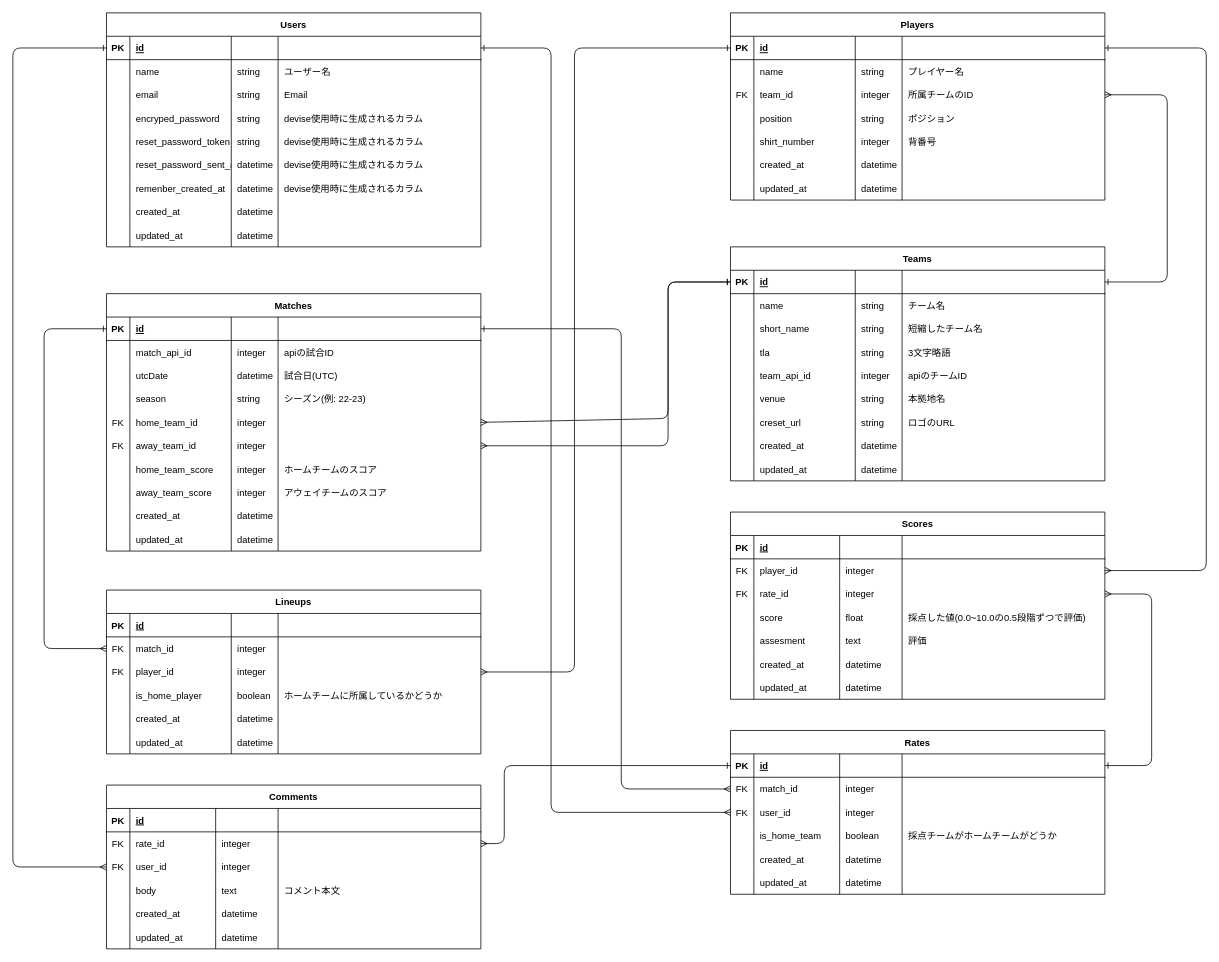
Before: ER.dio in KmxNnCCZ/rate-footballer, a draw.io diagram. Source tidied: cells renumbered, new cells numbered last; positions are measured from the earlier drawing's top-left corner, leaving out a move shared by most shapes. Both pictures are drawn from the tidied source at 78%, with x=0, y=0 at pixel (12, 12).
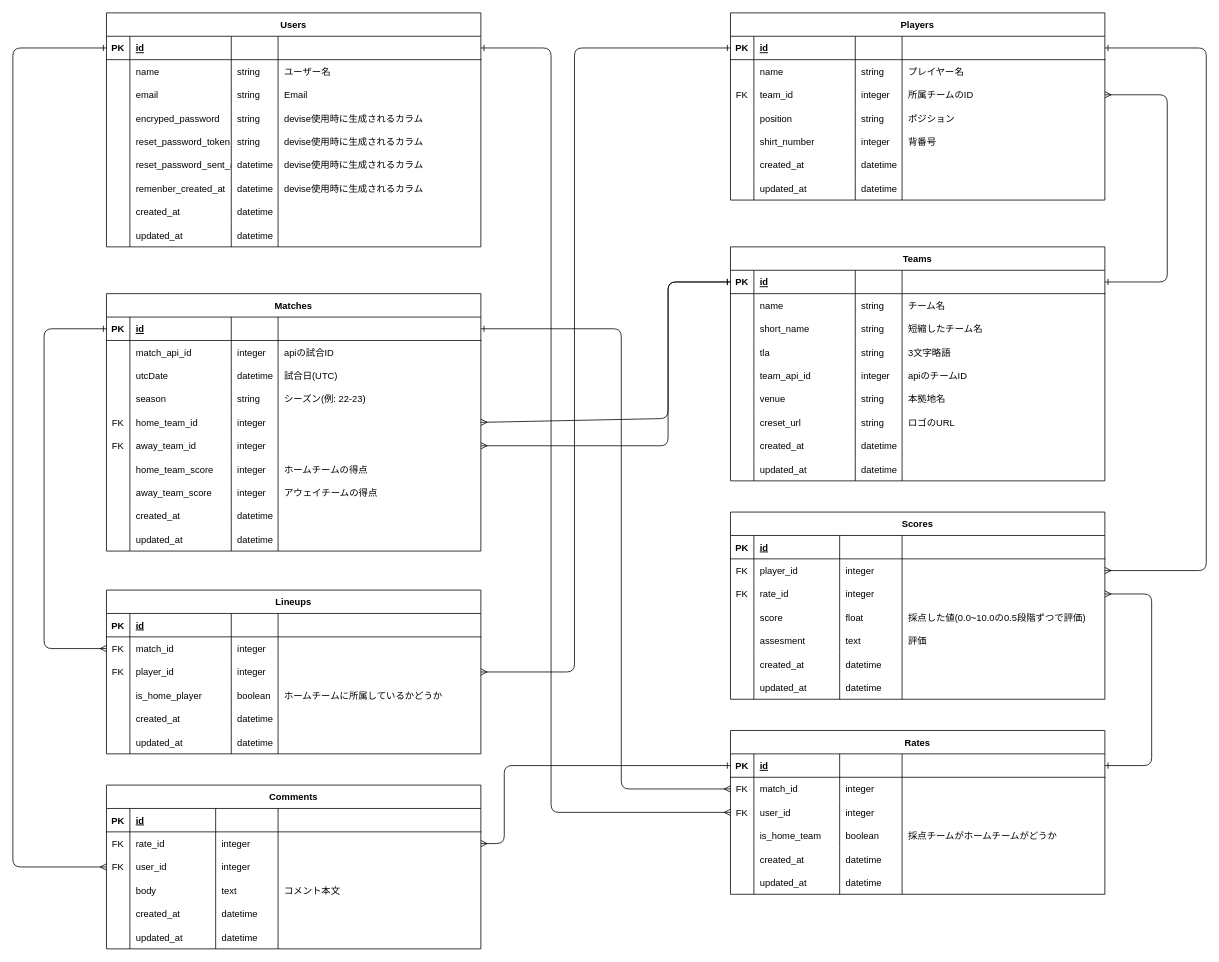
After the change.

Unchanged cells that the change refers to:
```xml
<mxCell id="255" style="shape=tableRow;horizontal=0;startSize=0;swimlaneHead=0;swimlaneBody=0;fillColor=none;top=0;left=0;right=0;bottom=0;" parent="224" vertex="1">
  <mxGeometry y="210" width="480" height="30" as="geometry" />
</mxCell>
<mxCell id="260" style="shape=tableRow;horizontal=0;startSize=0;swimlaneHead=0;swimlaneBody=0;fillColor=none;top=0;left=0;right=0;bottom=0;" parent="224" vertex="1">
  <mxGeometry y="240" width="480" height="30" as="geometry" />
</mxCell>
```

Change to the diagram source:
```diff
@@
-    <mxCell id="259" value="ホームチームのスコア" style="shape=partialRectangle;fillColor=none;top=0;left=0;bottom=0;right=0;align=left;spacingLeft=6;overflow=hidden;" parent="255" vertex="1">
+    <mxCell id="259" value="ホームチームの得点" style="shape=partialRectangle;fillColor=none;top=0;left=0;bottom=0;right=0;align=left;spacingLeft=6;overflow=hidden;" parent="255" vertex="1">
       <mxGeometry x="220" width="260" height="30" as="geometry" />
     </mxCell>
@@
-    <mxCell id="264" value="アウェイチームのスコア" style="shape=partialRectangle;fillColor=none;top=0;left=0;bottom=0;right=0;align=left;spacingLeft=6;overflow=hidden;" parent="260" vertex="1">
+    <mxCell id="264" value="アウェイチームの得点" style="shape=partialRectangle;fillColor=none;top=0;left=0;bottom=0;right=0;align=left;spacingLeft=6;overflow=hidden;" parent="260" vertex="1">
       <mxGeometry x="220" width="260" height="30" as="geometry" />
     </mxCell>
```
